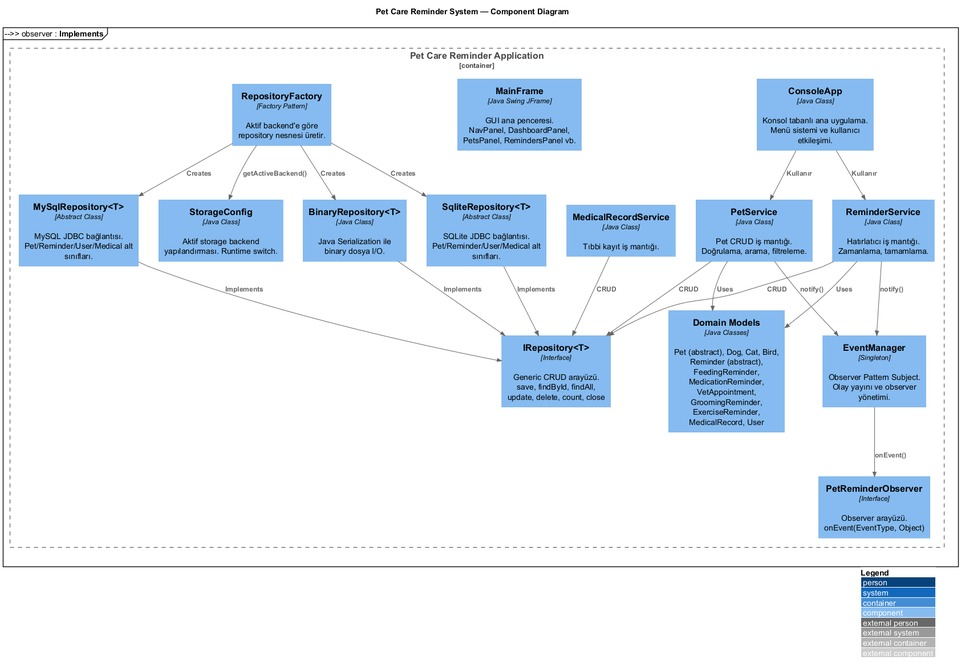
Above: design/c4/C4_Component.png in SecureCypher/cen-206-38-mehdi-karagulle-java (PlantUML), before the change. Its diagram source:
```plantuml
@startuml C4_Component
!include https://raw.githubusercontent.com/plantuml-stdlib/C4-PlantUML/master/C4_Component.puml

LAYOUT_WITH_LEGEND()

title Pet Care Reminder System — Component Diagram

Container_Boundary(app, "Pet Care Reminder Application") {

    Component(consoleApp, "ConsoleApp", "Java Class", "Konsol tabanlı ana uygulama.\nMenü sistemi ve kullanıcı etkileşimi.")
    Component(mainFrame, "MainFrame", "Java Swing JFrame", "GUI ana penceresi.\nNavPanel, DashboardPanel,\nPetsPanel, RemindersPanel vb.")

    Component(petService, "PetService", "Java Class", "Pet CRUD iş mantığı.\nDoğrulama, arama, filtreleme.")
    Component(reminderService, "ReminderService", "Java Class", "Hatırlatıcı iş mantığı.\nZamanlama, tamamlama.")
    Component(medicalService, "MedicalRecordService", "Java Class", "Tıbbi kayıt iş mantığı.")

    Component(eventMgr, "EventManager", "Singleton", "Observer Pattern Subject.\nOlay yayını ve observer yönetimi.")
    Component(observer, "PetReminderObserver", "Interface", "Observer arayüzü.\nonEvent(EventType, Object)")

    Component(iRepo, "IRepository<T>", "Interface", "Generic CRUD arayüzü.\nsave, findById, findAll,\nupdate, delete, count, close")
    Component(repoFactory, "RepositoryFactory", "Factory Pattern", "Aktif backend'e göre\nrepository nesnesi üretir.")
    Component(binaryRepo, "BinaryRepository<T>", "Java Class", "Java Serialization ile\nbinary dosya I/O.")
    Component(sqliteRepo, "SqliteRepository<T>", "Abstract Class", "SQLite JDBC bağlantısı.\nPet/Reminder/User/Medical alt sınıfları.")
    Component(mysqlRepo, "MySqlRepository<T>", "Abstract Class", "MySQL JDBC bağlantısı.\nPet/Reminder/User/Medical alt sınıfları.")

    Component(storageConfig, "StorageConfig", "Java Class", "Aktif storage backend\nyapılandırması. Runtime switch.")

    Component(models, "Domain Models", "Java Classes", "Pet (abstract), Dog, Cat, Bird,\nReminder (abstract), FeedingReminder,\nMedicationReminder, VetAppointment,\nGroomingReminder, ExerciseReminder,\nMedicalRecord, User")
}

Rel(consoleApp, petService, "Kullanır")
Rel(consoleApp, reminderService, "Kullanır")
Rel(mainFrame, petService, "Kullanır")
Rel(mainFrame, reminderService, "Kullanır")
Rel(mainFrame, medicalService, "Kullanır")
Rel(mainFrame, observer, "Implements")

Rel(petService, iRepo, "CRUD")
Rel(reminderService, iRepo, "CRUD")
Rel(medicalService, iRepo, "CRUD")

Rel(petService, eventMgr, "notify()")
Rel(reminderService, eventMgr, "notify()")

Rel(eventMgr, observer, "onEvent()")

Rel(repoFactory, binaryRepo, "Creates")
Rel(repoFactory, sqliteRepo, "Creates")
Rel(repoFactory, mysqlRepo, "Creates")
Rel(repoFactory, storageConfig, "getActiveBackend()")

Rel(binaryRepo, iRepo, "Implements")
Rel(sqliteRepo, iRepo, "Implements")
Rel(mysqlRepo, iRepo, "Implements")

Rel(petService, models, "Uses")
Rel(reminderService, models, "Uses")

@enduml
```
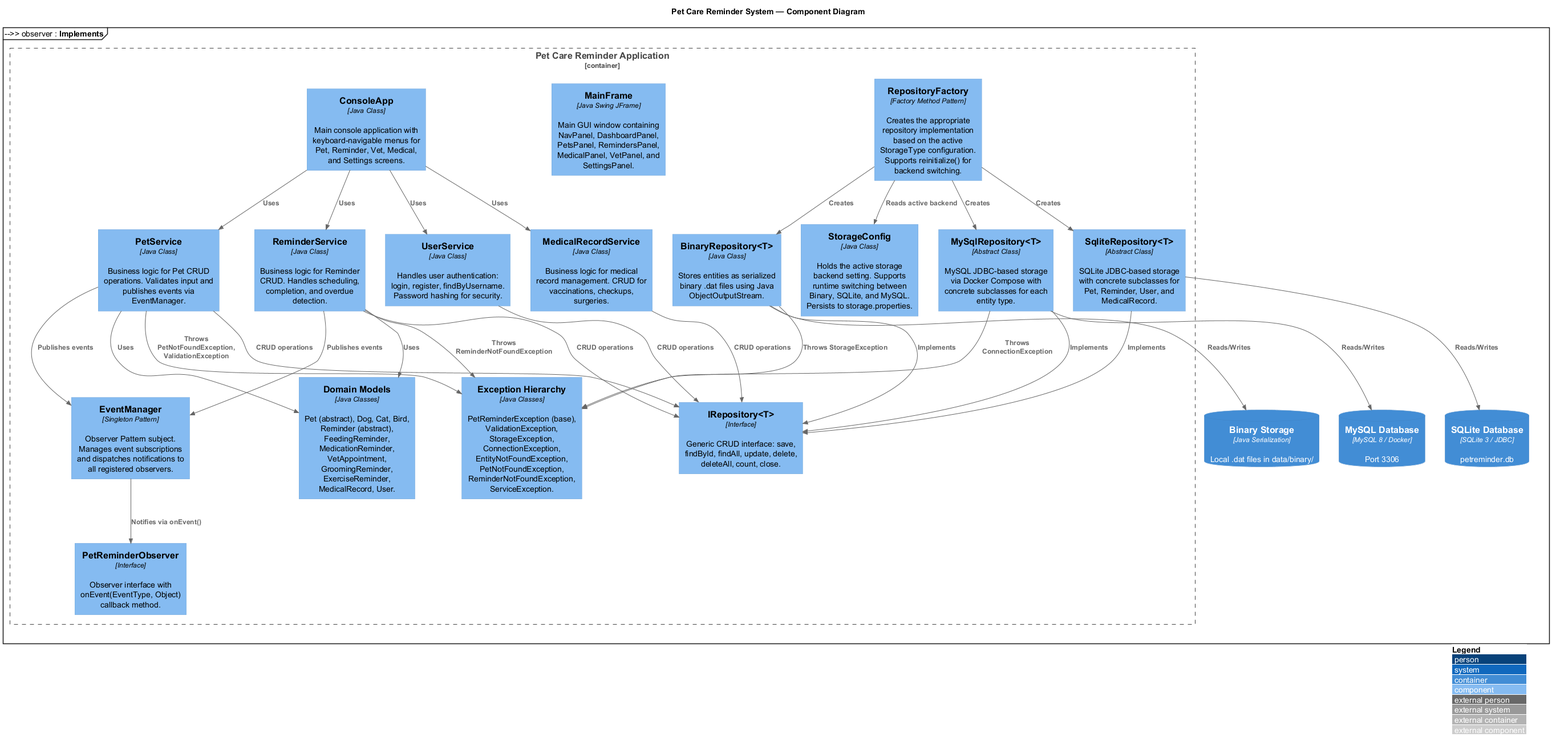
After the commit.

The edit, as a diff of the source:
```diff
@@ -7,47 +7,57 @@
 
 Container_Boundary(app, "Pet Care Reminder Application") {
 
-    Component(consoleApp, "ConsoleApp", "Java Class", "Konsol tabanlı ana uygulama.\nMenü sistemi ve kullanıcı etkileşimi.")
-    Component(mainFrame, "MainFrame", "Java Swing JFrame", "GUI ana penceresi.\nNavPanel, DashboardPanel,\nPetsPanel, RemindersPanel vb.")
+    Component(consoleApp, "ConsoleApp", "Java Class", "Main console application with keyboard-navigable menus for Pet, Reminder, Vet, Medical, and Settings screens.")
+    Component(mainFrame, "MainFrame", "Java Swing JFrame", "Main GUI window containing NavPanel, DashboardPanel, PetsPanel, RemindersPanel, MedicalPanel, VetPanel, and SettingsPanel.")
 
-    Component(petService, "PetService", "Java Class", "Pet CRUD iş mantığı.\nDoğrulama, arama, filtreleme.")
-    Component(reminderService, "ReminderService", "Java Class", "Hatırlatıcı iş mantığı.\nZamanlama, tamamlama.")
-    Component(medicalService, "MedicalRecordService", "Java Class", "Tıbbi kayıt iş mantığı.")
+    Component(petService, "PetService", "Java Class", "Business logic for Pet CRUD operations. Validates input and publishes events via EventManager.")
+    Component(reminderService, "ReminderService", "Java Class", "Business logic for Reminder CRUD. Handles scheduling, completion, and overdue detection.")
+    Component(medicalService, "MedicalRecordService", "Java Class", "Business logic for medical record management. CRUD for vaccinations, checkups, surgeries.")
+    Component(userService, "UserService", "Java Class", "Handles user authentication: login, register, findByUsername. Password hashing for security.")
 
-    Component(eventMgr, "EventManager", "Singleton", "Observer Pattern Subject.\nOlay yayını ve observer yönetimi.")
-    Component(observer, "PetReminderObserver", "Interface", "Observer arayüzü.\nonEvent(EventType, Object)")
+    Component(eventMgr, "EventManager", "Singleton Pattern", "Observer Pattern subject. Manages event subscriptions and dispatches notifications to all registered observers.")
+    Component(observer, "PetReminderObserver", "Interface", "Observer interface with onEvent(EventType, Object) callback method.")
 
-    Component(iRepo, "IRepository<T>", "Interface", "Generic CRUD arayüzü.\nsave, findById, findAll,\nupdate, delete, count, close")
-    Component(repoFactory, "RepositoryFactory", "Factory Pattern", "Aktif backend'e göre\nrepository nesnesi üretir.")
-    Component(binaryRepo, "BinaryRepository<T>", "Java Class", "Java Serialization ile\nbinary dosya I/O.")
-    Component(sqliteRepo, "SqliteRepository<T>", "Abstract Class", "SQLite JDBC bağlantısı.\nPet/Reminder/User/Medical alt sınıfları.")
-    Component(mysqlRepo, "MySqlRepository<T>", "Abstract Class", "MySQL JDBC bağlantısı.\nPet/Reminder/User/Medical alt sınıfları.")
+    Component(iRepo, "IRepository<T>", "Interface", "Generic CRUD interface: save, findById, findAll, update, delete, deleteAll, count, close.")
+    Component(repoFactory, "RepositoryFactory", "Factory Method Pattern", "Creates the appropriate repository implementation based on the active StorageType configuration. Supports reinitialize() for backend switching.")
+    Component(binaryRepo, "BinaryRepository<T>", "Java Class", "Stores entities as serialized binary .dat files using Java ObjectOutputStream.")
+    Component(sqliteRepo, "SqliteRepository<T>", "Abstract Class", "SQLite JDBC-based storage with concrete subclasses for Pet, Reminder, User, and MedicalRecord.")
+    Component(mysqlRepo, "MySqlRepository<T>", "Abstract Class", "MySQL JDBC-based storage via Docker Compose with concrete subclasses for each entity type.")
 
-    Component(storageConfig, "StorageConfig", "Java Class", "Aktif storage backend\nyapılandırması. Runtime switch.")
+    Component(storageConfig, "StorageConfig", "Java Class", "Holds the active storage backend setting. Supports runtime switching between Binary, SQLite, and MySQL. Persists to storage.properties.")
 
-    Component(models, "Domain Models", "Java Classes", "Pet (abstract), Dog, Cat, Bird,\nReminder (abstract), FeedingReminder,\nMedicationReminder, VetAppointment,\nGroomingReminder, ExerciseReminder,\nMedicalRecord, User")
+    Component(exceptions, "Exception Hierarchy", "Java Classes", "PetReminderException (base), ValidationException, StorageException, ConnectionException, EntityNotFoundException, PetNotFoundException, ReminderNotFoundException, ServiceException.")
+
+    Component(models, "Domain Models", "Java Classes", "Pet (abstract), Dog, Cat, Bird, Reminder (abstract), FeedingReminder, MedicationReminder, VetAppointment, GroomingReminder, ExerciseReminder, MedicalRecord, User.")
 }
 
-Rel(consoleApp, petService, "Kullanır")
-Rel(consoleApp, reminderService, "Kullanır")
-Rel(mainFrame, petService, "Kullanır")
-Rel(mainFrame, reminderService, "Kullanır")
-Rel(mainFrame, medicalService, "Kullanır")
+ContainerDb(binaryStore, "Binary Storage", "Java Serialization", "Local .dat files in data/binary/")
+ContainerDb(sqliteDb, "SQLite Database", "SQLite 3 / JDBC", "petreminder.db")
+ContainerDb(mysqlDb, "MySQL Database", "MySQL 8 / Docker", "Port 3306")
+
+Rel(consoleApp, petService, "Uses")
+Rel(consoleApp, reminderService, "Uses")
+Rel(consoleApp, medicalService, "Uses")
+Rel(consoleApp, userService, "Uses")
+Rel(mainFrame, petService, "Uses")
+Rel(mainFrame, reminderService, "Uses")
+Rel(mainFrame, medicalService, "Uses")
 Rel(mainFrame, observer, "Implements")
 
-Rel(petService, iRepo, "CRUD")
-Rel(reminderService, iRepo, "CRUD")
-Rel(medicalService, iRepo, "CRUD")
+Rel(petService, iRepo, "CRUD operations")
+Rel(reminderService, iRepo, "CRUD operations")
+Rel(medicalService, iRepo, "CRUD operations")
+Rel(userService, iRepo, "CRUD operations")
 
-Rel(petService, eventMgr, "notify()")
-Rel(reminderService, eventMgr, "notify()")
+Rel(petService, eventMgr, "Publishes events")
+Rel(reminderService, eventMgr, "Publishes events")
 
-Rel(eventMgr, observer, "onEvent()")
+Rel(eventMgr, observer, "Notifies via onEvent()")
 
 Rel(repoFactory, binaryRepo, "Creates")
 Rel(repoFactory, sqliteRepo, "Creates")
 Rel(repoFactory, mysqlRepo, "Creates")
-Rel(repoFactory, storageConfig, "getActiveBackend()")
+Rel(repoFactory, storageConfig, "Reads active backend")
 
 Rel(binaryRepo, iRepo, "Implements")
 Rel(sqliteRepo, iRepo, "Implements")
@@ -56,4 +66,13 @@
 Rel(petService, models, "Uses")
 Rel(reminderService, models, "Uses")
 
+Rel(petService, exceptions, "Throws PetNotFoundException, ValidationException")
+Rel(reminderService, exceptions, "Throws ReminderNotFoundException")
+Rel(binaryRepo, exceptions, "Throws StorageException")
+Rel(mysqlRepo, exceptions, "Throws ConnectionException")
+
+Rel(binaryRepo, binaryStore, "Reads/Writes")
+Rel(sqliteRepo, sqliteDb, "Reads/Writes")
+Rel(mysqlRepo, mysqlDb, "Reads/Writes")
+
 @enduml
```
